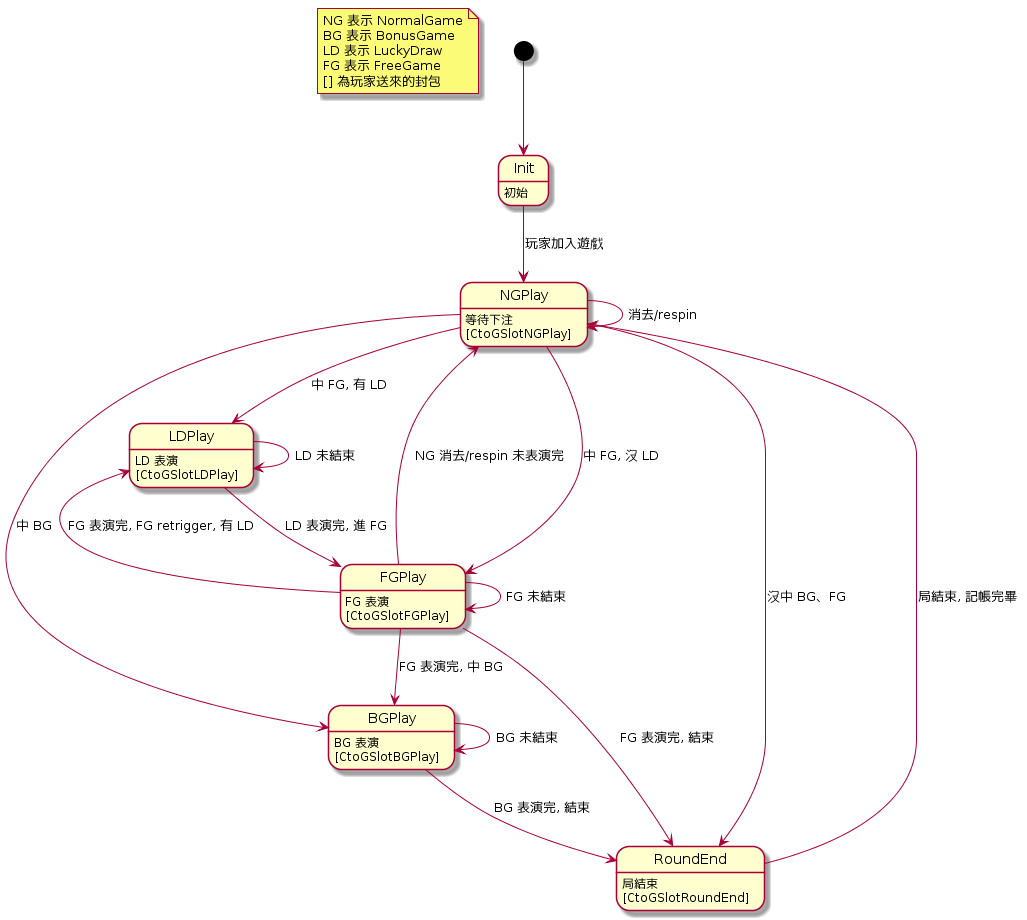
s9256001/digame keeps this PlantUML diagram as slot/RoomState.png. Above is the earlier version.
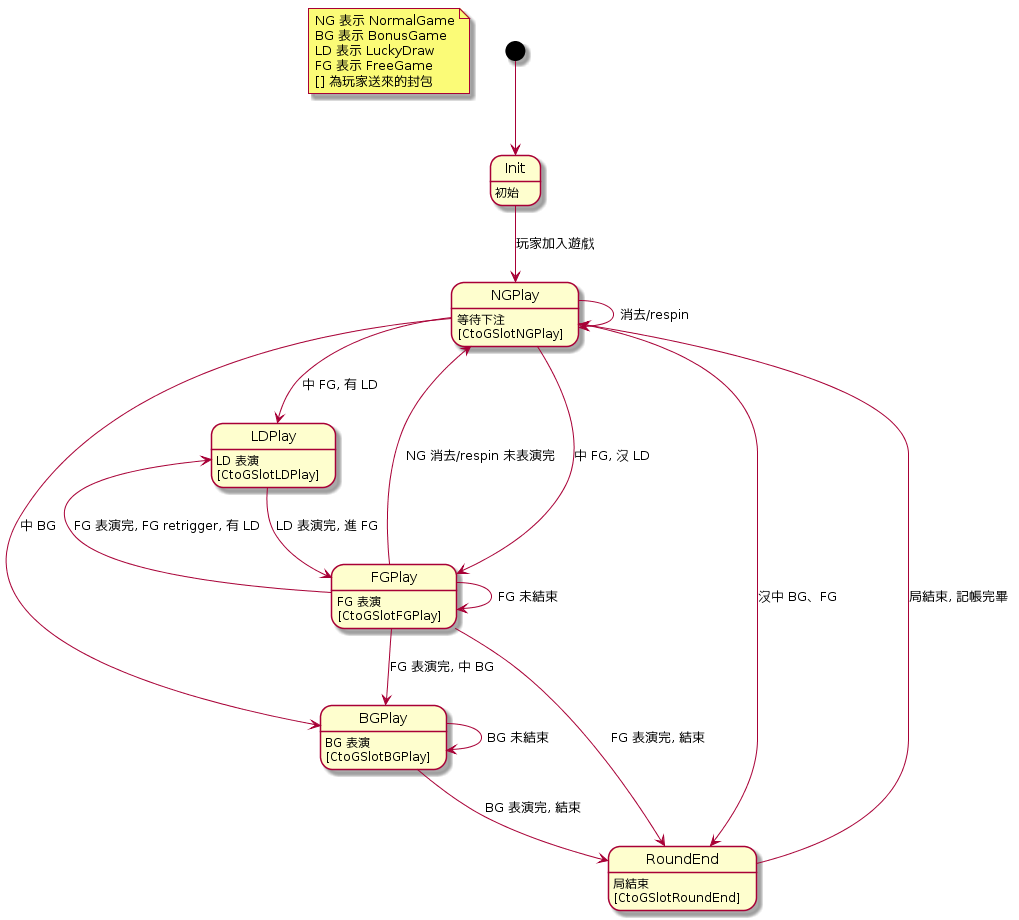
After the commit.

Change to the diagram source:
```diff
@@ -20,7 +20,6 @@
 BGPlay --> BGPlay : BG 未結束
 BGPlay --> RoundEnd : BG 表演完, 結束
 
-LDPlay --> LDPlay : LD 未結束
 LDPlay --> FGPlay : LD 表演完, 進 FG
 
 FGPlay --> FGPlay : FG 未結束
```
